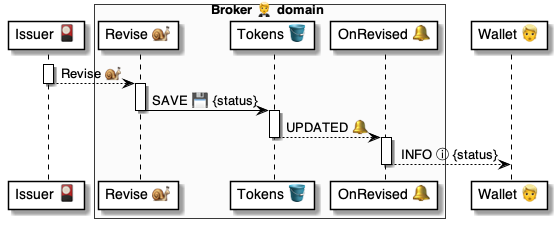
Earlier version of the PlantUML export 4 ⚙️ Solution/20 🧑‍🦰 UI/Brokers 🤵/🤵🪣 Broker tables/Tokens 🎫 table/🪣🔔 7 Revised/🤵 OnTokenRevised ⚙️ uml.png (pollyweb-org/pollyweb-docs). Its source is kept beside it as 4 ⚙️ Solution/20 🧑‍🦰 UI/Brokers 🤵/🤵🪣 Broker tables/Tokens 🎫 table/🪣🔔 7 Revised/🤵 OnTokenRevised ⚙️ uml.puml.
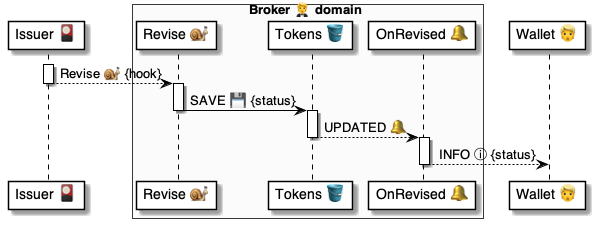
After the commit.

The edit, as a diff of the source:
```diff
@@ -14,7 +14,7 @@
 
 
 activate issuer
-    issuer --> script: Revise 🐌
+    issuer --> script: Revise 🐌 {hook}
 deactivate issuer
 
 activate script
```
